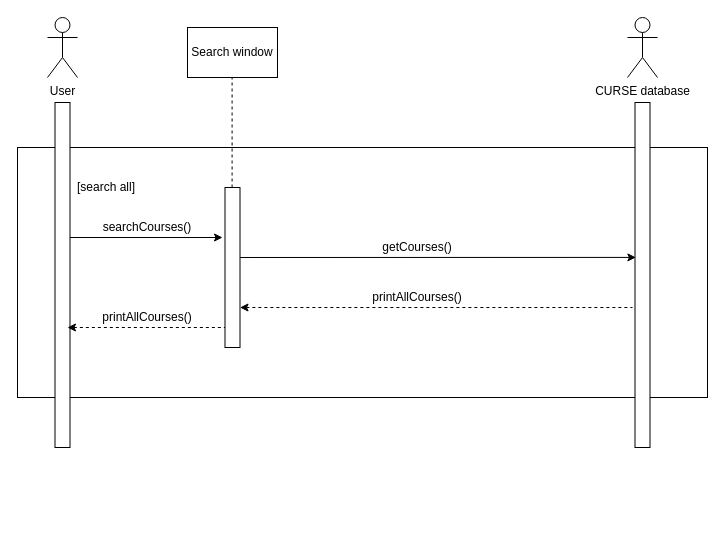
Above: models/sequence_search_all_courses.drawio in stpilks99/APC-Assignment-5 (draw.io), before the change. Source tidied: cells renumbered, new cells numbered last; positions are measured from the earlier drawing's top-left corner, leaving out a move shared by most shapes. Both pictures are drawn from the tidied source at 100%, with x=0, y=0 at pixel (17, 17).
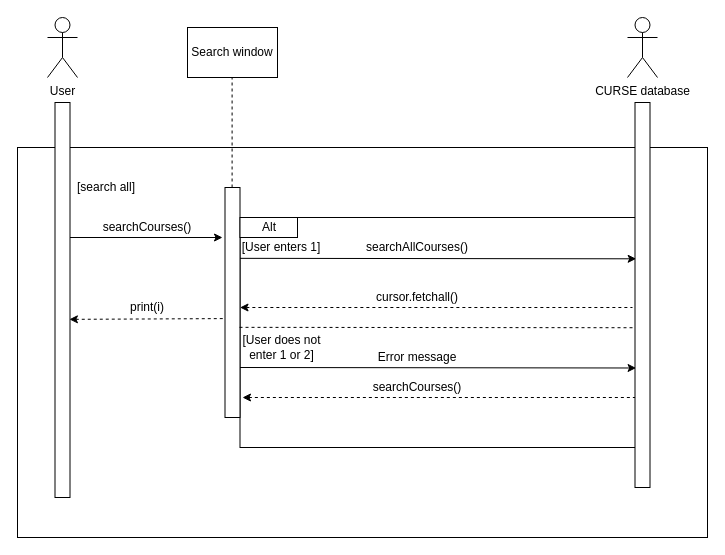
After the change.

Diff of the diagram source:
```diff
@@
     <mxCell id="2" style="rounded=0;whiteSpace=wrap;html=1;" parent="1" vertex="1">
-      <mxGeometry y="130" width="690" height="250" as="geometry" />
+      <mxGeometry y="130" width="690" height="390" as="geometry" />
     </mxCell>
@@
     <mxCell id="5" style="rounded=0;whiteSpace=wrap;html=1;" parent="1" vertex="1">
-      <mxGeometry x="37.5" y="85" width="15" height="345" as="geometry" />
+      <mxGeometry x="37.5" y="85" width="15" height="395" as="geometry" />
     </mxCell>
-    <mxCell id="6" style="rounded=0;whiteSpace=wrap;html=1;" parent="1" vertex="1">
-      <mxGeometry x="617.5" y="85" width="15" height="345" as="geometry" />
-    </mxCell>
@@
-    <mxCell id="8" style="rounded=0;whiteSpace=wrap;html=1;" parent="1" vertex="1">
-      <mxGeometry x="207.5" y="170" width="15" height="160" as="geometry" />
-    </mxCell>
@@
-    <mxCell id="12" style="endArrow=classic;html=1;entryX=0.058;entryY=0.449;entryDx=0;entryDy=0;entryPerimeter=0;" parent="1" edge="1" target="6">
-      <mxGeometry relative="1" as="geometry">
-        <mxPoint x="222.5" y="240" as="sourcePoint" />
-      </mxGeometry>
-    </mxCell>
-    <mxCell id="13" value="getCourses()" style="text;html=1;strokeColor=none;fillColor=none;align=center;verticalAlign=middle;whiteSpace=wrap;rounded=0;" parent="1" vertex="1">
-      <mxGeometry x="380" y="220" width="40" height="20" as="geometry" />
-    </mxCell>
-    <mxCell id="14" style="endArrow=none;dashed=1;html=1;startArrow=classic;startFill=1;" parent="1" edge="1">
-      <mxGeometry relative="1" as="geometry">
-        <mxPoint x="222.5" y="290" as="sourcePoint" />
-        <mxPoint x="615" y="290" as="targetPoint" />
-      </mxGeometry>
-    </mxCell>
-    <mxCell id="15" value="printAllCourses()" style="text;html=1;strokeColor=none;fillColor=none;align=center;verticalAlign=middle;whiteSpace=wrap;rounded=0;" parent="1" vertex="1">
-      <mxGeometry x="380" y="270" width="40" height="20" as="geometry" />
-    </mxCell>
-    <mxCell id="16" value="printAllCourses()" style="text;html=1;strokeColor=none;fillColor=none;align=center;verticalAlign=middle;whiteSpace=wrap;rounded=0;" parent="1" vertex="1">
-      <mxGeometry x="110" y="290" width="40" height="20" as="geometry" />
+    <mxCell id="16" value="print(i)" style="text;html=1;strokeColor=none;fillColor=none;align=center;verticalAlign=middle;whiteSpace=wrap;rounded=0;" parent="1" vertex="1">
+      <mxGeometry x="110" y="280" width="40" height="20" as="geometry" />
     </mxCell>
-    <mxCell id="17" style="endArrow=none;dashed=1;html=1;startArrow=classic;startFill=1;" parent="1" edge="1">
-      <mxGeometry relative="1" as="geometry">
-        <mxPoint x="50" y="310" as="sourcePoint" />
-        <mxPoint x="207.5" y="310" as="targetPoint" />
-      </mxGeometry>
+    <mxCell id="17" style="endArrow=none;dashed=1;html=1;startArrow=classic;startFill=1;entryX=-0.031;entryY=0.57;entryDx=0;entryDy=0;entryPerimeter=0;exitX=0.961;exitY=0.549;exitDx=0;exitDy=0;exitPerimeter=0;" parent="1" edge="1" source="5" target="8">
+      <mxGeometry relative="1" as="geometry" />
     </mxCell>
@@
+    <mxCell id="19" style="rounded=0;whiteSpace=wrap;html=1;" parent="1" vertex="1">
+      <mxGeometry x="222.5" y="200" width="407.5" height="230" as="geometry" />
+    </mxCell>
+    <mxCell id="6" style="rounded=0;whiteSpace=wrap;html=1;" parent="1" vertex="1">
+      <mxGeometry x="617.5" y="85" width="15" height="385" as="geometry" />
+    </mxCell>
+    <mxCell id="13" value="searchAllCourses()" style="text;html=1;strokeColor=none;fillColor=none;align=center;verticalAlign=middle;whiteSpace=wrap;rounded=0;" parent="1" vertex="1">
+      <mxGeometry x="380" y="220" width="40" height="20" as="geometry" />
+    </mxCell>
+    <mxCell id="12" style="endArrow=classic;html=1;entryX=0.079;entryY=0.406;entryDx=0;entryDy=0;entryPerimeter=0;exitX=1.004;exitY=0.308;exitDx=0;exitDy=0;exitPerimeter=0;" parent="1" edge="1" source="8" target="6">
+      <mxGeometry relative="1" as="geometry" />
+    </mxCell>
+    <mxCell id="14" style="endArrow=none;dashed=1;html=1;startArrow=classic;startFill=1;" parent="1" edge="1">
+      <mxGeometry relative="1" as="geometry">
+        <mxPoint x="222.5" y="290" as="sourcePoint" />
+        <mxPoint x="615" y="290" as="targetPoint" />
+      </mxGeometry>
+    </mxCell>
+    <mxCell id="8" style="rounded=0;whiteSpace=wrap;html=1;" parent="1" vertex="1">
+      <mxGeometry x="207.5" y="170" width="15" height="230" as="geometry" />
+    </mxCell>
+    <mxCell id="15" value="cursor.fetchall()" style="text;html=1;strokeColor=none;fillColor=none;align=center;verticalAlign=middle;whiteSpace=wrap;rounded=0;" parent="1" vertex="1">
+      <mxGeometry x="380" y="270" width="40" height="20" as="geometry" />
+    </mxCell>
+    <mxCell id="20" value="Alt" style="rounded=0;whiteSpace=wrap;html=1;" parent="1" vertex="1">
+      <mxGeometry x="222.5" y="200" width="57.5" height="20" as="geometry" />
+    </mxCell>
+    <mxCell id="21" style="endArrow=none;dashed=1;html=1;exitX=0.968;exitY=0.608;exitDx=0;exitDy=0;exitPerimeter=0;entryX=-0.009;entryY=0.585;entryDx=0;entryDy=0;entryPerimeter=0;" parent="1" edge="1" source="8" target="6">
+      <mxGeometry relative="1" as="geometry" />
+    </mxCell>
+    <mxCell id="22" value="[User enters 1]" style="text;html=1;strokeColor=none;fillColor=none;align=center;verticalAlign=middle;whiteSpace=wrap;rounded=0;" parent="1" vertex="1">
+      <mxGeometry x="214.4" y="225" width="100" height="10" as="geometry" />
+    </mxCell>
+    <mxCell id="23" value="[User does not enter 1 or 2]" style="text;html=1;strokeColor=none;fillColor=none;align=center;verticalAlign=middle;whiteSpace=wrap;rounded=0;" parent="1" vertex="1">
+      <mxGeometry x="220" y="320" width="88.8" height="20" as="geometry" />
+    </mxCell>
+    <mxCell id="24" style="endArrow=classic;html=1;entryX=0.079;entryY=0.406;entryDx=0;entryDy=0;entryPerimeter=0;exitX=1.004;exitY=0.308;exitDx=0;exitDy=0;exitPerimeter=0;" parent="1" edge="1">
+      <mxGeometry relative="1" as="geometry">
+        <mxPoint x="222.5" y="350" as="sourcePoint" />
+        <mxPoint x="618.6" y="350.5" as="targetPoint" />
+      </mxGeometry>
+    </mxCell>
+    <mxCell id="25" value="Error message" style="text;html=1;strokeColor=none;fillColor=none;align=center;verticalAlign=middle;whiteSpace=wrap;rounded=0;" parent="1" vertex="1">
+      <mxGeometry x="353.1" y="330" width="93.8" height="20" as="geometry" />
+    </mxCell>
+    <mxCell id="26" style="endArrow=none;dashed=1;html=1;startArrow=classic;startFill=1;" parent="1" edge="1">
+      <mxGeometry relative="1" as="geometry">
+        <mxPoint x="225" y="380" as="sourcePoint" />
+        <mxPoint x="617.5" y="380" as="targetPoint" />
+      </mxGeometry>
+    </mxCell>
+    <mxCell id="27" value="searchCourses()" style="text;html=1;strokeColor=none;fillColor=none;align=center;verticalAlign=middle;whiteSpace=wrap;rounded=0;" parent="1" vertex="1">
+      <mxGeometry x="380" y="360" width="40" height="20" as="geometry" />
+    </mxCell>
```
